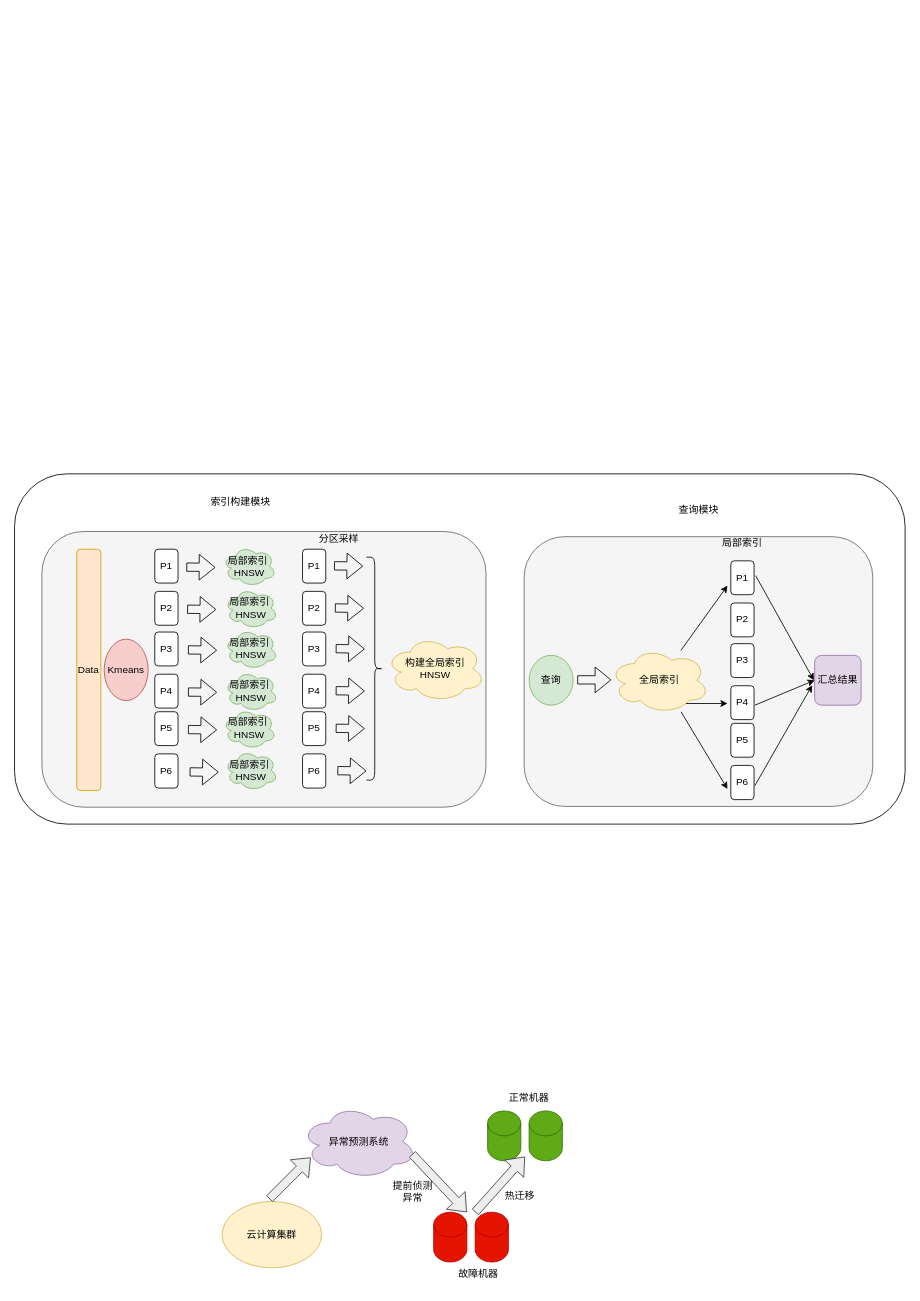
Above: Untitled Diagram.drawio in huzhiyi123/drawio.hub (draw.io), before the change. Source tidied: cells renumbered, new cells numbered last; positions are measured from the earlier drawing's top-left corner, leaving out a move shared by most shapes. Both pictures are drawn from the tidied source at 83%, with x=0, y=0 at pixel (14, 473).
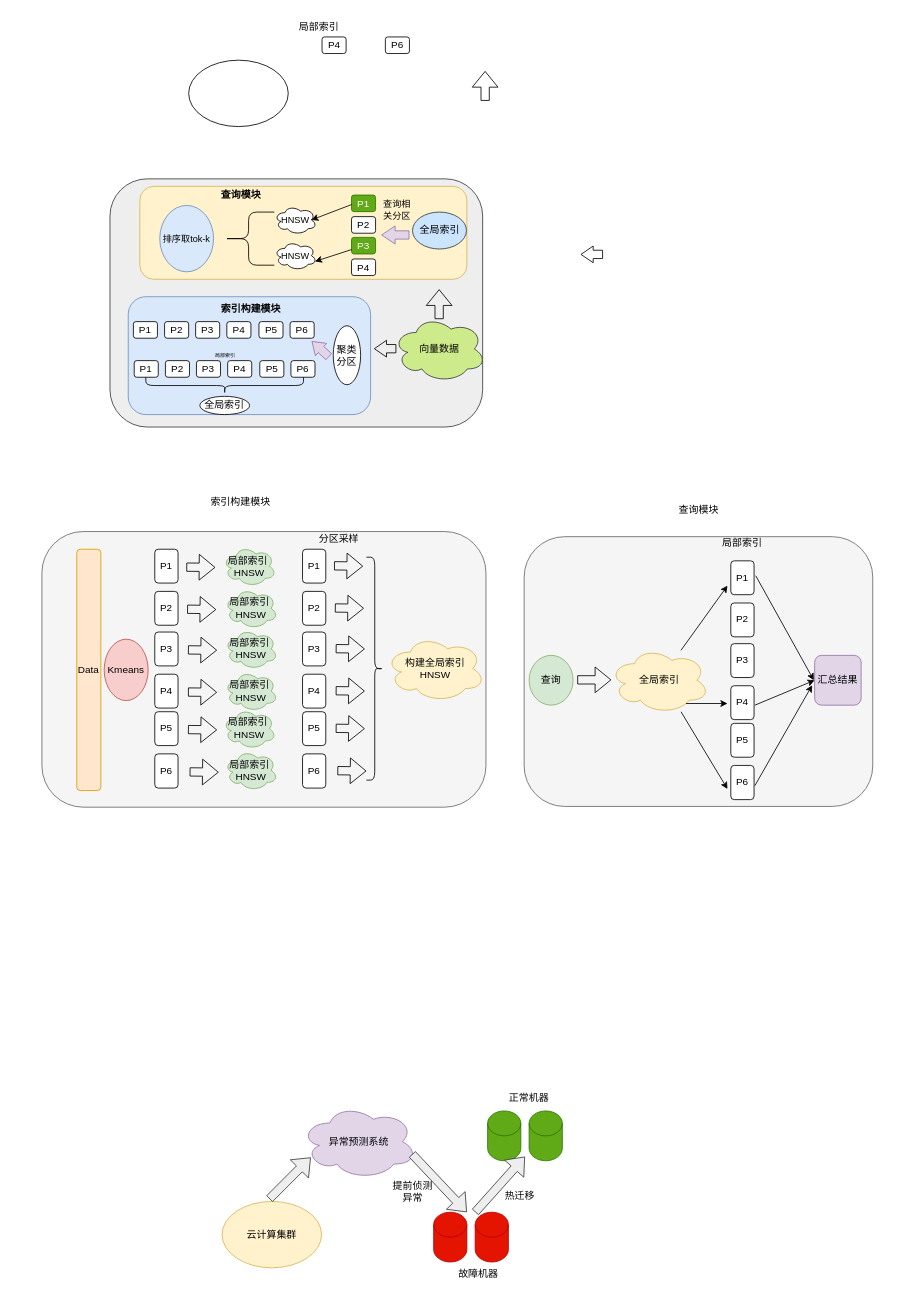
Above is the later version.

The edit, as a diff of the source:
```diff
@@
-    <mxCell id="2" style="rounded=1;whiteSpace=wrap;html=1;" parent="1" vertex="1">
-      <mxGeometry y="0.4" width="1073" height="422" as="geometry" />
-    </mxCell>
@@
+    <mxCell id="73" style="rounded=1;whiteSpace=wrap;html=1;fillColor=#eeeeee;strokeColor=#36393d;" parent="1" vertex="1">
+      <mxGeometry x="115" y="-355" width="449" height="299" as="geometry" />
+    </mxCell>
+    <mxCell id="74" style="rounded=1;whiteSpace=wrap;html=1;fillColor=#fff2cc;strokeColor=#d6b656;" parent="1" vertex="1">
+      <mxGeometry x="151" y="-346" width="394" height="112" as="geometry" />
+    </mxCell>
+    <mxCell id="75" style="rounded=1;whiteSpace=wrap;html=1;fillColor=#dae8fc;strokeColor=#6c8ebf;" parent="1" vertex="1">
+      <mxGeometry x="137" y="-213" width="292" height="142" as="geometry" />
+    </mxCell>
+    <mxCell id="76" value="&lt;b&gt;查询模块&lt;/b&gt;" style="text;html=1;strokeColor=none;fillColor=none;align=center;verticalAlign=middle;whiteSpace=wrap;rounded=0;" parent="1" vertex="1">
+      <mxGeometry x="242.5" y="-350" width="60" height="30" as="geometry" />
+    </mxCell>
+    <mxCell id="77" value="&lt;font style=&quot;font-size: 12px&quot;&gt;&lt;b&gt;索引构建模块&lt;/b&gt;&lt;/font&gt;" style="text;html=1;strokeColor=none;fillColor=none;align=center;verticalAlign=middle;whiteSpace=wrap;rounded=0;" parent="1" vertex="1">
+      <mxGeometry x="244" y="-213" width="82" height="30" as="geometry" />
+    </mxCell>
+    <mxCell id="78" value="向量数据" style="ellipse;shape=cloud;whiteSpace=wrap;html=1;fillColor=#cdeb8b;strokeColor=#36393d;" parent="1" vertex="1">
+      <mxGeometry x="456" y="-190" width="112" height="80" as="geometry" />
+    </mxCell>
+    <mxCell id="79" style="shape=flexArrow;endArrow=classic;html=1;rounded=0;endWidth=9.166666666666668;endSize=4.558333333333334;" parent="1" edge="1">
+      <mxGeometry relative="1" as="geometry">
+        <mxPoint x="709" y="-264" as="sourcePoint" />
+        <mxPoint x="682" y="-264" as="targetPoint" />
+      </mxGeometry>
+    </mxCell>
+    <mxCell id="80" style="shape=flexArrow;endArrow=classic;html=1;rounded=0;endWidth=9.166666666666668;endSize=4.558333333333334;" parent="1" edge="1">
+      <mxGeometry relative="1" as="geometry">
+        <mxPoint x="460" y="-150.4" as="sourcePoint" />
+        <mxPoint x="433" y="-150.4" as="targetPoint" />
+      </mxGeometry>
+    </mxCell>
+    <mxCell id="81" value="聚类分区" style="ellipse;whiteSpace=wrap;html=1;" parent="1" vertex="1">
+      <mxGeometry x="384" y="-178" width="33" height="71" as="geometry" />
+    </mxCell>
+    <mxCell id="82" value="P1" style="rounded=1;whiteSpace=wrap;html=1;fillColor=#60a917;fontColor=#ffffff;strokeColor=#2D7600;" parent="1" vertex="1">
+      <mxGeometry x="406" y="-335.5" width="29" height="20" as="geometry" />
+    </mxCell>
+    <mxCell id="83" value="P2" style="rounded=1;whiteSpace=wrap;html=1;" parent="1" vertex="1">
+      <mxGeometry x="406" y="-309.5" width="29" height="20" as="geometry" />
+    </mxCell>
+    <mxCell id="84" value="P3" style="rounded=1;whiteSpace=wrap;html=1;fillColor=#60a917;fontColor=#ffffff;strokeColor=#2D7600;" parent="1" vertex="1">
+      <mxGeometry x="406" y="-284.5" width="29" height="20" as="geometry" />
+    </mxCell>
+    <mxCell id="85" value="P4" style="rounded=1;whiteSpace=wrap;html=1;" parent="1" vertex="1">
+      <mxGeometry x="370.5" y="-526" width="29" height="20" as="geometry" />
+    </mxCell>
+    <mxCell id="86" value="P6" style="rounded=1;whiteSpace=wrap;html=1;" parent="1" vertex="1">
+      <mxGeometry x="446.8" y="-526" width="29" height="20" as="geometry" />
+    </mxCell>
+    <mxCell id="87" value="P1" style="rounded=1;whiteSpace=wrap;html=1;" parent="1" vertex="1">
+      <mxGeometry x="143.2" y="-183" width="29" height="20" as="geometry" />
+    </mxCell>
+    <mxCell id="88" value="P2" style="rounded=1;whiteSpace=wrap;html=1;" parent="1" vertex="1">
+      <mxGeometry x="180.8" y="-183" width="29" height="20" as="geometry" />
+    </mxCell>
+    <mxCell id="89" value="P3" style="rounded=1;whiteSpace=wrap;html=1;" parent="1" vertex="1">
+      <mxGeometry x="218.2" y="-183" width="29" height="20" as="geometry" />
+    </mxCell>
+    <mxCell id="90" value="P4" style="rounded=1;whiteSpace=wrap;html=1;" parent="1" vertex="1">
+      <mxGeometry x="255.8" y="-183" width="29" height="20" as="geometry" />
+    </mxCell>
+    <mxCell id="91" value="P5" style="rounded=1;whiteSpace=wrap;html=1;" parent="1" vertex="1">
+      <mxGeometry x="294.5" y="-183" width="29" height="20" as="geometry" />
+    </mxCell>
+    <mxCell id="92" value="P6" style="rounded=1;whiteSpace=wrap;html=1;" parent="1" vertex="1">
+      <mxGeometry x="332" y="-183" width="29" height="20" as="geometry" />
+    </mxCell>
+    <mxCell id="93" style="shape=flexArrow;endArrow=classic;html=1;rounded=0;endWidth=9.166666666666668;endSize=4.558333333333334;fillColor=#e1d5e7;strokeColor=#9673a6;" parent="1" edge="1">
+      <mxGeometry relative="1" as="geometry">
+        <mxPoint x="379" y="-140.5" as="sourcePoint" />
+        <mxPoint x="358" y="-159.5" as="targetPoint" />
+      </mxGeometry>
+    </mxCell>
+    <mxCell id="94" value="局部索引" style="text;html=1;strokeColor=none;fillColor=none;align=center;verticalAlign=middle;whiteSpace=wrap;rounded=0;" parent="1" vertex="1">
+      <mxGeometry x="337" y="-553" width="60" height="30" as="geometry" />
+    </mxCell>
+    <mxCell id="95" value="P1" style="rounded=1;whiteSpace=wrap;html=1;" parent="1" vertex="1">
+      <mxGeometry x="144.2" y="-136" width="29" height="20" as="geometry" />
+    </mxCell>
+    <mxCell id="96" value="P2" style="rounded=1;whiteSpace=wrap;html=1;" parent="1" vertex="1">
+      <mxGeometry x="181.8" y="-136" width="29" height="20" as="geometry" />
+    </mxCell>
+    <mxCell id="97" value="P3" style="rounded=1;whiteSpace=wrap;html=1;" parent="1" vertex="1">
+      <mxGeometry x="219.2" y="-136" width="29" height="20" as="geometry" />
+    </mxCell>
+    <mxCell id="98" value="P4" style="rounded=1;whiteSpace=wrap;html=1;" parent="1" vertex="1">
+      <mxGeometry x="256.8" y="-136" width="29" height="20" as="geometry" />
+    </mxCell>
+    <mxCell id="99" value="P5" style="rounded=1;whiteSpace=wrap;html=1;" parent="1" vertex="1">
+      <mxGeometry x="295.5" y="-136" width="29" height="20" as="geometry" />
+    </mxCell>
+    <mxCell id="100" value="P6" style="rounded=1;whiteSpace=wrap;html=1;" parent="1" vertex="1">
+      <mxGeometry x="333" y="-136" width="29" height="20" as="geometry" />
+    </mxCell>
+    <mxCell id="101" value="&lt;font style=&quot;font-size: 6px&quot;&gt;局部索引&lt;/font&gt;" style="text;html=1;strokeColor=none;fillColor=none;align=center;verticalAlign=middle;whiteSpace=wrap;rounded=0;" parent="1" vertex="1">
+      <mxGeometry x="225" y="-156" width="58.2" height="23" as="geometry" />
+    </mxCell>
+    <mxCell id="102" style="shape=curlyBracket;whiteSpace=wrap;html=1;rounded=1;flipH=1;direction=north;" parent="1" vertex="1">
+      <mxGeometry x="158.2" y="-116" width="190" height="20" as="geometry" />
+    </mxCell>
+    <mxCell id="103" value="全局索引" style="ellipse;whiteSpace=wrap;html=1;fontSize=12;" parent="1" vertex="1">
+      <mxGeometry x="223.3" y="-93" width="59.9" height="22" as="geometry" />
+    </mxCell>
+    <mxCell id="104" value="全局索引" style="ellipse;whiteSpace=wrap;html=1;fontSize=12;fillColor=#cce5ff;strokeColor=#36393d;" parent="1" vertex="1">
+      <mxGeometry x="479.5" y="-315" width="65" height="44.5" as="geometry" />
+    </mxCell>
+    <mxCell id="105" style="shape=flexArrow;endArrow=classic;html=1;rounded=0;fontSize=12;" parent="1" edge="1">
+      <mxGeometry relative="1" as="geometry">
+        <mxPoint x="567" y="-449" as="sourcePoint" />
+        <mxPoint x="567" y="-485" as="targetPoint" />
+      </mxGeometry>
+    </mxCell>
+    <mxCell id="106" style="shape=flexArrow;endArrow=classic;html=1;rounded=0;fontSize=12;" parent="1" edge="1">
+      <mxGeometry relative="1" as="geometry">
+        <mxPoint x="511.6" y="-186" as="sourcePoint" />
+        <mxPoint x="511.6" y="-222" as="targetPoint" />
+      </mxGeometry>
+    </mxCell>
+    <mxCell id="107" value="P4" style="rounded=1;whiteSpace=wrap;html=1;" parent="1" vertex="1">
+      <mxGeometry x="406" y="-258.5" width="29" height="20" as="geometry" />
+    </mxCell>
+    <mxCell id="108" style="shape=flexArrow;endArrow=classic;html=1;rounded=0;fontSize=12;endWidth=10.833333333333334;endSize=5.083333333333333;fillColor=#e1d5e7;strokeColor=#9673a6;" parent="1" edge="1">
+      <mxGeometry relative="1" as="geometry">
+        <mxPoint x="475.8" y="-287.4" as="sourcePoint" />
+        <mxPoint x="441.8" y="-287.4" as="targetPoint" />
+      </mxGeometry>
+    </mxCell>
+    <mxCell id="109" value="&lt;font style=&quot;font-size: 11px&quot;&gt;查询相关分区&lt;/font&gt;" style="text;html=1;strokeColor=none;fillColor=none;align=center;verticalAlign=middle;whiteSpace=wrap;rounded=0;fontSize=12;" parent="1" vertex="1">
+      <mxGeometry x="441.2" y="-333" width="40" height="30" as="geometry" />
+    </mxCell>
+    <mxCell id="110" value="HNSW" style="ellipse;shape=cloud;whiteSpace=wrap;html=1;fontSize=11;" parent="1" vertex="1">
+      <mxGeometry x="313" y="-280" width="51" height="35" as="geometry" />
+    </mxCell>
+    <mxCell id="111" value="HNSW" style="ellipse;shape=cloud;whiteSpace=wrap;html=1;fontSize=11;" parent="1" vertex="1">
+      <mxGeometry x="313" y="-323" width="51" height="35" as="geometry" />
+    </mxCell>
+    <mxCell id="112" style="endArrow=classic;html=1;rounded=0;fontSize=11;entryX=0.875;entryY=0.5;entryDx=0;entryDy=0;entryPerimeter=0;" parent="1" edge="1" target="111">
+      <mxGeometry relative="1" as="geometry">
+        <mxPoint x="406" y="-324" as="sourcePoint" />
+      </mxGeometry>
+    </mxCell>
+    <mxCell id="113" style="endArrow=classic;html=1;rounded=0;fontSize=11;entryX=0.96;entryY=0.7;entryDx=0;entryDy=0;entryPerimeter=0;" parent="1" edge="1" source="84" target="110">
+      <mxGeometry relative="1" as="geometry" />
+    </mxCell>
+    <mxCell id="114" style="shape=curlyBracket;whiteSpace=wrap;html=1;rounded=1;fontSize=11;" parent="1" vertex="1">
+      <mxGeometry x="251" y="-315" width="62" height="64" as="geometry" />
+    </mxCell>
+    <mxCell id="115" value="排序取tok-k" style="ellipse;whiteSpace=wrap;html=1;fontSize=11;fillColor=#dae8fc;strokeColor=#6c8ebf;" parent="1" vertex="1">
+      <mxGeometry x="175" y="-323" width="64.8" height="80" as="geometry" />
+    </mxCell>
+    <mxCell id="116" style="ellipse;whiteSpace=wrap;html=1;fontSize=11;" parent="1" vertex="1">
+      <mxGeometry x="209.8" y="-498" width="120" height="80" as="geometry" />
+    </mxCell>
```
